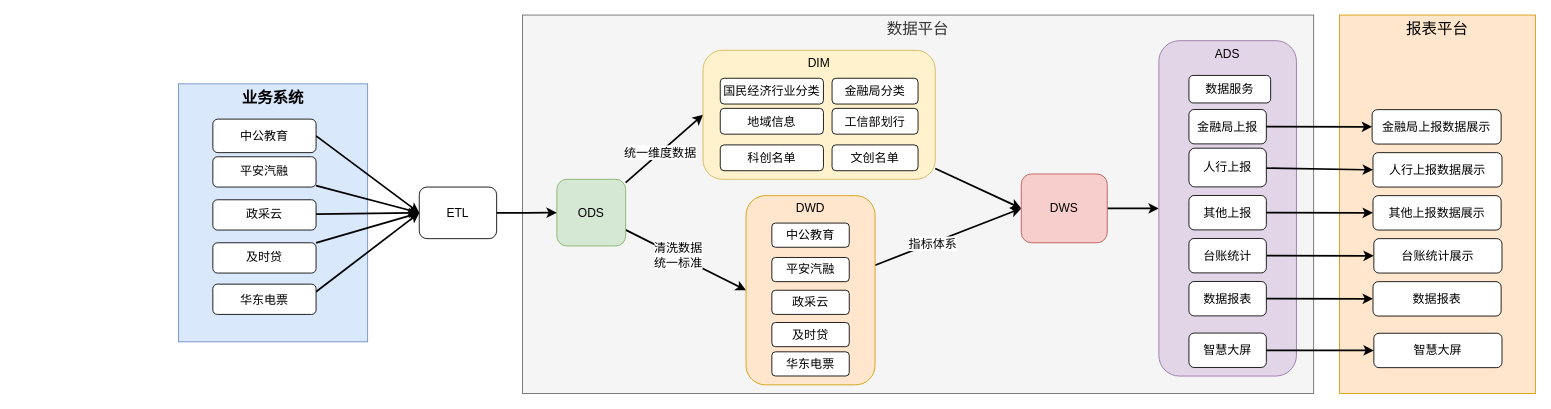
The draw.io diagram page "数据治理" (14 of 23) of work.drawio in starzy1990/diagrams, before the edit. Source tidied: cells renumbered, new cells numbered last; positions are measured from the earlier drawing's top-left corner, leaving out a move shared by most shapes. Both pictures are drawn from the tidied source at 86%, with x=0, y=0 at pixel (178, 15).
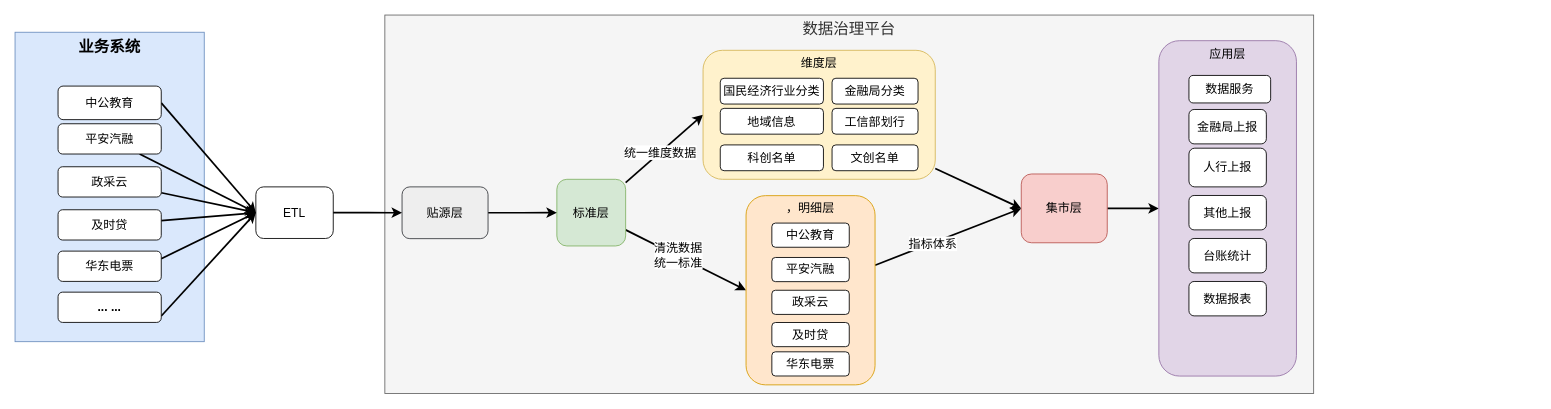
Above is the later version.

Unchanged cells that the change refers to:
```xml
<mxCell id="17" value="金融局上报" style="rounded=1;whiteSpace=wrap;html=1;fontSize=14;" parent="1" vertex="1">
  <mxGeometry x="1175" y="109.8" width="90" height="40" as="geometry" />
</mxCell>
<mxCell id="18" value="人行上报" style="rounded=1;whiteSpace=wrap;html=1;fontSize=14;" parent="1" vertex="1">
  <mxGeometry x="1175" y="154.8" width="90" height="45" as="geometry" />
</mxCell>
<mxCell id="19" value="其他上报" style="rounded=1;whiteSpace=wrap;html=1;fontSize=14;" parent="1" vertex="1">
  <mxGeometry x="1175" y="209.8" width="90" height="40" as="geometry" />
</mxCell>
<mxCell id="20" value="数据报表" style="rounded=1;whiteSpace=wrap;html=1;fontSize=14;" parent="1" vertex="1">
  <mxGeometry x="1175" y="309.8" width="90" height="40" as="geometry" />
</mxCell>
<mxCell id="23" value="台账统计" style="rounded=1;whiteSpace=wrap;html=1;fontSize=14;" parent="1" vertex="1">
  <mxGeometry x="1175" y="259.8" width="90" height="40" as="geometry" />
</mxCell>
```

The edit, as a diff of the source:
```diff
@@
     <mxCell id="2" value="业务系统" style="rounded=0;whiteSpace=wrap;html=1;fillColor=#dae8fc;strokeColor=#6c8ebf;verticalAlign=top;fontSize=18;fontStyle=1;" parent="1" vertex="1">
-      <mxGeometry y="80" width="220" height="300" as="geometry" />
+      <mxGeometry x="-190" y="20" width="220" height="359.8" as="geometry" />
     </mxCell>
     <mxCell id="3" value="ETL" style="rounded=1;whiteSpace=wrap;html=1;fontSize=14;" parent="1" vertex="1">
-      <mxGeometry x="280" y="200" width="90" height="60" as="geometry" />
+      <mxGeometry x="90" y="199.8" width="90" height="60" as="geometry" />
     </mxCell>
-    <mxCell id="4" value="数据平台" style="rounded=0;whiteSpace=wrap;html=1;fontSize=18;fillColor=#f5f5f5;fontColor=#333333;strokeColor=#666666;verticalAlign=top;" parent="1" vertex="1">
-      <mxGeometry x="400" width="920" height="440" as="geometry" />
+    <mxCell id="4" value="数据治理平台" style="rounded=0;whiteSpace=wrap;html=1;fontSize=18;fillColor=#f5f5f5;fontColor=#333333;strokeColor=#666666;verticalAlign=top;" parent="1" vertex="1">
+      <mxGeometry x="240" width="1080" height="440" as="geometry" />
     </mxCell>
@@
-    <mxCell id="9" value="ODS" style="rounded=1;whiteSpace=wrap;html=1;fontSize=14;verticalAlign=middle;fillColor=#d5e8d4;strokeColor=#82b366;" parent="1" vertex="1">
+    <mxCell id="9" value="标准层" style="rounded=1;whiteSpace=wrap;html=1;fontSize=14;verticalAlign=middle;fillColor=#d5e8d4;strokeColor=#82b366;" parent="1" vertex="1">
       <mxGeometry x="440" y="191" width="80" height="77.5" as="geometry" />
     </mxCell>
-    <mxCell id="10" style="edgeStyle=orthogonalEdgeStyle;rounded=0;jettySize=auto;html=1;entryX=0;entryY=0.5;entryDx=0;entryDy=0;fontSize=14;strokeWidth=2;" parent="1" edge="1" source="3" target="9">
-      <mxGeometry relative="1" as="geometry" />
-    </mxCell>
@@
-    <mxCell id="13" value="DWD" style="rounded=1;whiteSpace=wrap;html=1;fontSize=14;fillColor=#ffe6cc;strokeColor=#d79b00;verticalAlign=top;" parent="1" vertex="1">
+    <mxCell id="13" value="，明细层" style="rounded=1;whiteSpace=wrap;html=1;fontSize=14;fillColor=#ffe6cc;strokeColor=#d79b00;verticalAlign=top;" parent="1" vertex="1">
       <mxGeometry x="660" y="210" width="150" height="220" as="geometry" />
     </mxCell>
@@
-    <mxCell id="15" value="DWS" style="rounded=1;whiteSpace=wrap;html=1;fontSize=14;fillColor=#f8cecc;strokeColor=#b85450;" parent="1" vertex="1">
+    <mxCell id="15" value="集市层" style="rounded=1;whiteSpace=wrap;html=1;fontSize=14;fillColor=#f8cecc;strokeColor=#b85450;" parent="1" vertex="1">
       <mxGeometry x="980" y="184.8" width="100" height="80" as="geometry" />
     </mxCell>
-    <mxCell id="16" value="ADS" style="rounded=1;whiteSpace=wrap;html=1;fontSize=14;verticalAlign=top;fillColor=#e1d5e7;strokeColor=#9673a6;" parent="1" vertex="1">
+    <mxCell id="16" value="应用层" style="rounded=1;whiteSpace=wrap;html=1;fontSize=14;verticalAlign=top;fillColor=#e1d5e7;strokeColor=#9673a6;" parent="1" vertex="1">
       <mxGeometry x="1140" y="29.8" width="160" height="390" as="geometry" />
     </mxCell>
@@
-    <mxCell id="22" value="DIM" style="rounded=1;whiteSpace=wrap;html=1;fontSize=14;verticalAlign=top;fillColor=#fff2cc;strokeColor=#d6b656;" parent="1" vertex="1">
+    <mxCell id="22" value="维度层" style="rounded=1;whiteSpace=wrap;html=1;fontSize=14;verticalAlign=top;fillColor=#fff2cc;strokeColor=#d6b656;" parent="1" vertex="1">
       <mxGeometry x="610" y="41" width="270" height="150" as="geometry" />
     </mxCell>
@@
-    <mxCell id="24" value="智慧大屏" style="rounded=1;whiteSpace=wrap;html=1;fontSize=14;" parent="1" vertex="1">
-      <mxGeometry x="1175" y="369.8" width="90" height="40" as="geometry" />
-    </mxCell>
@@
-    <mxCell id="35" value="报表平台" style="rounded=0;whiteSpace=wrap;html=1;fontSize=18;verticalAlign=top;fillColor=#ffe6cc;strokeColor=#d79b00;" parent="1" vertex="1">
-      <mxGeometry x="1350" width="228" height="440" as="geometry" />
-    </mxCell>
-    <mxCell id="36" value="金融局上报数据展示" style="rounded=1;whiteSpace=wrap;html=1;fontSize=14;" parent="1" vertex="1">
-      <mxGeometry x="1388" y="110" width="150" height="40" as="geometry" />
-    </mxCell>
-    <mxCell id="37" value="人行上报数据展示" style="rounded=1;whiteSpace=wrap;html=1;fontSize=14;" parent="1" vertex="1">
-      <mxGeometry x="1389" y="160" width="150" height="40" as="geometry" />
-    </mxCell>
-    <mxCell id="38" value="其他上报数据展示" style="rounded=1;whiteSpace=wrap;html=1;fontSize=14;" parent="1" vertex="1">
-      <mxGeometry x="1389" y="210" width="149" height="40" as="geometry" />
-    </mxCell>
-    <mxCell id="39" style="edgeStyle=none;rounded=0;jettySize=auto;html=1;entryX=0;entryY=0.5;entryDx=0;entryDy=0;fontSize=14;strokeWidth=2;" parent="1" edge="1" source="17" target="36">
-      <mxGeometry relative="1" as="geometry" />
-    </mxCell>
-    <mxCell id="40" value="台账统计展示" style="rounded=1;whiteSpace=wrap;html=1;fontSize=14;" parent="1" vertex="1">
-      <mxGeometry x="1390" y="260" width="149" height="40" as="geometry" />
-    </mxCell>
-    <mxCell id="41" value="数据报表" style="rounded=1;whiteSpace=wrap;html=1;fontSize=14;" parent="1" vertex="1">
-      <mxGeometry x="1389" y="310" width="149" height="40" as="geometry" />
-    </mxCell>
-    <mxCell id="42" value="智慧大屏" style="rounded=1;whiteSpace=wrap;html=1;fontSize=14;" parent="1" vertex="1">
-      <mxGeometry x="1390" y="370" width="149" height="40" as="geometry" />
-    </mxCell>
-    <mxCell id="43" style="edgeStyle=none;rounded=0;jettySize=auto;html=1;entryX=0;entryY=0.5;entryDx=0;entryDy=0;fontSize=14;strokeWidth=2;" parent="1" edge="1" source="18" target="37">
-      <mxGeometry relative="1" as="geometry" />
-    </mxCell>
-    <mxCell id="44" style="edgeStyle=none;rounded=0;jettySize=auto;html=1;entryX=0;entryY=0.5;entryDx=0;entryDy=0;fontSize=14;strokeWidth=2;" parent="1" edge="1" source="19" target="38">
-      <mxGeometry relative="1" as="geometry" />
-    </mxCell>
-    <mxCell id="45" style="edgeStyle=none;rounded=0;jettySize=auto;html=1;fontSize=14;strokeWidth=2;" parent="1" edge="1" source="23" target="40">
-      <mxGeometry relative="1" as="geometry" />
-    </mxCell>
-    <mxCell id="46" style="edgeStyle=none;rounded=0;jettySize=auto;html=1;entryX=0;entryY=0.5;entryDx=0;entryDy=0;fontSize=14;strokeWidth=2;" parent="1" edge="1" source="20" target="41">
-      <mxGeometry relative="1" as="geometry" />
-    </mxCell>
-    <mxCell id="47" style="edgeStyle=none;rounded=0;jettySize=auto;html=1;entryX=0;entryY=0.5;entryDx=0;entryDy=0;fontSize=14;strokeWidth=2;" parent="1" edge="1" source="24" target="42">
-      <mxGeometry relative="1" as="geometry" />
-    </mxCell>
@@
     <mxCell id="50" value="中公教育" style="rounded=1;whiteSpace=wrap;html=1;fontSize=14;" parent="1" vertex="1">
-      <mxGeometry x="40" y="121" width="120" height="39" as="geometry" />
+      <mxGeometry x="-140" y="82.6" width="120" height="39" as="geometry" />
     </mxCell>
@@
     <mxCell id="52" value="平安汽融" style="rounded=1;whiteSpace=wrap;html=1;fontSize=14;" parent="1" vertex="1">
-      <mxGeometry x="40" y="164.8" width="120" height="35.2" as="geometry" />
+      <mxGeometry x="-140" y="126.4" width="120" height="35.2" as="geometry" />
     </mxCell>
@@
     <mxCell id="54" value="政采云" style="rounded=1;whiteSpace=wrap;html=1;fontSize=14;" parent="1" vertex="1">
-      <mxGeometry x="40" y="214.8" width="120" height="35.2" as="geometry" />
+      <mxGeometry x="-140" y="176.4" width="120" height="35.2" as="geometry" />
     </mxCell>
@@
     <mxCell id="56" value="及时贷" style="rounded=1;whiteSpace=wrap;html=1;fontSize=14;" parent="1" vertex="1">
-      <mxGeometry x="40" y="264.8" width="120" height="35.2" as="geometry" />
+      <mxGeometry x="-140" y="226.4" width="120" height="35.2" as="geometry" />
     </mxCell>
@@
     <mxCell id="58" value="华东电票" style="rounded=1;whiteSpace=wrap;html=1;fontSize=14;" parent="1" vertex="1">
-      <mxGeometry x="40" y="312.9" width="120" height="35.2" as="geometry" />
+      <mxGeometry x="-140" y="274.5" width="120" height="35.2" as="geometry" />
     </mxCell>
@@
+    <mxCell id="60" style="edgeStyle=orthogonalEdgeStyle;rounded=0;jettySize=auto;html=1;entryX=0;entryY=0.5;entryDx=0;entryDy=0;strokeWidth=2;fontSize=14;" parent="1" edge="1" source="61" target="9">
+      <mxGeometry relative="1" as="geometry" />
+    </mxCell>
+    <mxCell id="61" value="贴源层" style="rounded=1;whiteSpace=wrap;html=1;fontSize=14;fillColor=#eeeeee;strokeColor=#36393d;" parent="1" vertex="1">
+      <mxGeometry x="260" y="199.8" width="100" height="60.2" as="geometry" />
+    </mxCell>
+    <mxCell id="62" style="edgeStyle=orthogonalEdgeStyle;rounded=0;jettySize=auto;html=1;entryX=0;entryY=0.5;entryDx=0;entryDy=0;fontSize=21;strokeWidth=2;" parent="1" edge="1" source="3" target="61">
+      <mxGeometry relative="1" as="geometry" />
+    </mxCell>
+    <mxCell id="63" style="rounded=0;jettySize=auto;html=1;entryX=0;entryY=0.5;entryDx=0;entryDy=0;strokeWidth=2;fontSize=14;exitX=0.773;exitY=0.917;exitDx=0;exitDy=0;exitPerimeter=0;" parent="1" edge="1" source="2" target="3">
+      <mxGeometry relative="1" as="geometry" />
+    </mxCell>
+    <mxCell id="64" value="... ..." style="rounded=1;whiteSpace=wrap;html=1;fontSize=14;fontStyle=1;" parent="1" vertex="1">
+      <mxGeometry x="-140" y="322.2" width="120" height="35.2" as="geometry" />
+    </mxCell>
```
